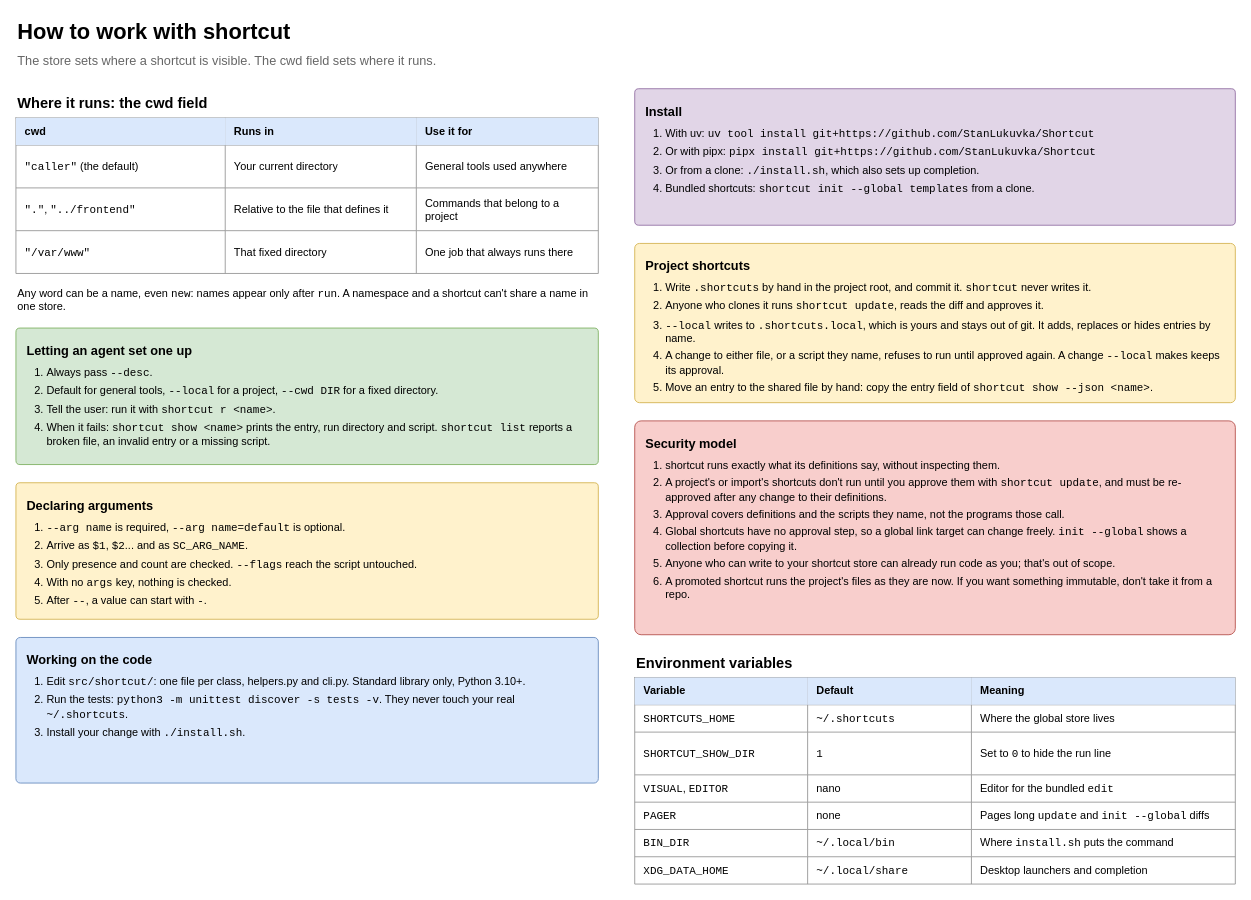
StanLukuvka/Shortcut keeps this draw.io diagram as page "3 Working with it" (3 of 5) of docs/shortcut-overview.drawio. Above is the earlier version. Source tidied: cells renumbered, new cells numbered last; positions are measured from the earlier drawing's top-left corner, leaving out a move shared by most shapes. Both pictures are drawn from the tidied source at 91%, with x=0, y=0 at pixel (15, 15).
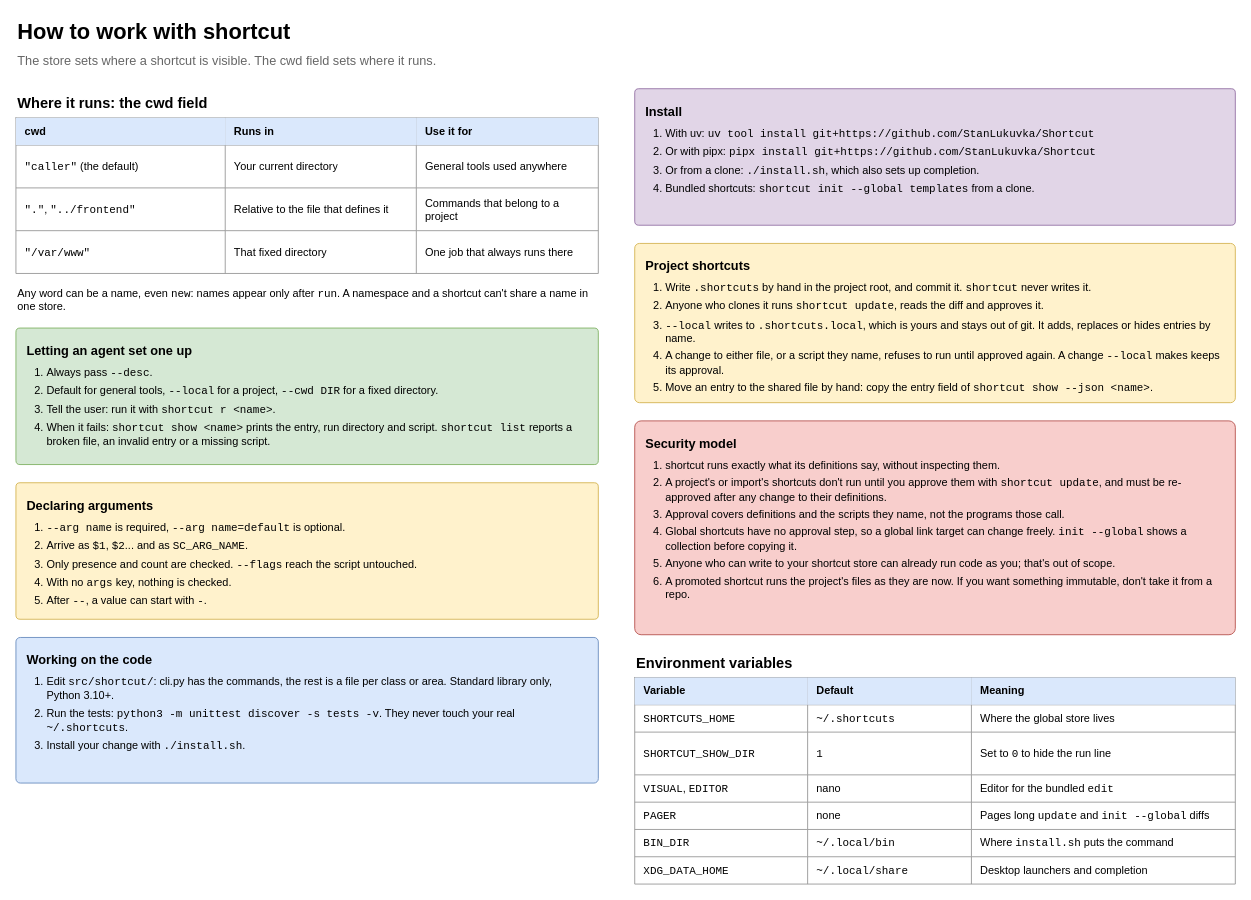
The same page after the edit.

Diff of the diagram source:
```diff
@@
-    <mxCell id="28" value="&lt;b style='font-size:14px'&gt;Working on the code&lt;/b&gt;&lt;ol style='margin:8px 0 0 0;padding-left:22px'&gt;&lt;li style='margin-bottom:5px'&gt;Edit &lt;font face=&quot;monospace&quot;&gt;src/shortcut/&lt;/font&gt;: one file per class, helpers.py and cli.py. Standard library only, Python 3.10+.&lt;/li&gt;&lt;li style='margin-bottom:5px'&gt;Run the tests: &lt;font face=&quot;monospace&quot;&gt;python3 -m unittest discover -s tests -v&lt;/font&gt;. They never touch your real &lt;font face=&quot;monospace&quot;&gt;~/.shortcuts&lt;/font&gt;.&lt;/li&gt;&lt;li style='margin-bottom:5px'&gt;Install your change with &lt;font face=&quot;monospace&quot;&gt;./install.sh&lt;/font&gt;.&lt;/li&gt;&lt;/ol&gt;" style="rounded=1;whiteSpace=wrap;html=1;arcSize=3;fillColor=#dae8fc;strokeColor=#6c8ebf;fontSize=12;align=left;verticalAlign=top;spacing=12;" parent="1" vertex="1">
+    <mxCell id="28" value="&lt;b style='font-size:14px'&gt;Working on the code&lt;/b&gt;&lt;ol style='margin:8px 0 0 0;padding-left:22px'&gt;&lt;li style='margin-bottom:5px'&gt;Edit &lt;font face=&quot;monospace&quot;&gt;src/shortcut/&lt;/font&gt;: cli.py has the commands, the rest is a file per class or area. Standard library only, Python 3.10+.&lt;/li&gt;&lt;li style='margin-bottom:5px'&gt;Run the tests: &lt;font face=&quot;monospace&quot;&gt;python3 -m unittest discover -s tests -v&lt;/font&gt;. They never touch your real &lt;font face=&quot;monospace&quot;&gt;~/.shortcuts&lt;/font&gt;.&lt;/li&gt;&lt;li style='margin-bottom:5px'&gt;Install your change with &lt;font face=&quot;monospace&quot;&gt;./install.sh&lt;/font&gt;.&lt;/li&gt;&lt;/ol&gt;" style="rounded=1;whiteSpace=wrap;html=1;arcSize=3;fillColor=#dae8fc;strokeColor=#6c8ebf;fontSize=12;align=left;verticalAlign=top;spacing=12;" parent="1" vertex="1">
       <mxGeometry y="683" width="640" height="160" as="geometry" />
     </mxCell>
```
